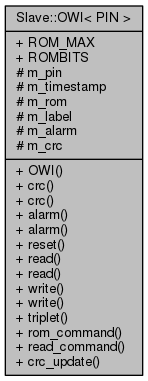
Before: Arduino-OWI/d9/de1/classSlave_1_1OWI__coll__graph.png, a diagram exported from Graphviz (mikaelpatel/mikaelpatel.github.io). Its source is kept beside it as Arduino-OWI/d9/de1/classSlave_1_1OWI__coll__graph.dot.
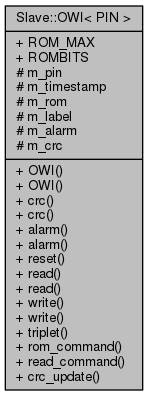
The same diagram one commit later.

Diff of the diagram source:
```diff
@@ -2,5 +2,5 @@
 {
   edge [fontname="Helvetica",fontsize="10",labelfontname="Helvetica",labelfontsize="10"];
   node [fontname="Helvetica",fontsize="10",shape=record];
-  Node1 [label="{Slave::OWI\< PIN \>\n|+ ROM_MAX\l+ ROMBITS\l# m_pin\l# m_timestamp\l# m_rom\l# m_label\l# m_alarm\l# m_crc\l|+ OWI()\l+ crc()\l+ crc()\l+ alarm()\l+ alarm()\l+ reset()\l+ read()\l+ read()\l+ write()\l+ write()\l+ triplet()\l+ rom_command()\l+ read_command()\l+ crc_update()\l}",height=0.2,width=0.4,color="black", fillcolor="grey75", style="filled", fontcolor="black"];
+  Node1 [label="{Slave::OWI\< PIN \>\n|+ ROM_MAX\l+ ROMBITS\l# m_pin\l# m_timestamp\l# m_rom\l# m_label\l# m_alarm\l# m_crc\l|+ OWI()\l+ OWI()\l+ crc()\l+ crc()\l+ alarm()\l+ alarm()\l+ reset()\l+ read()\l+ read()\l+ write()\l+ write()\l+ triplet()\l+ rom_command()\l+ read_command()\l+ crc_update()\l}",height=0.2,width=0.4,color="black", fillcolor="grey75", style="filled", fontcolor="black"];
 }
```
